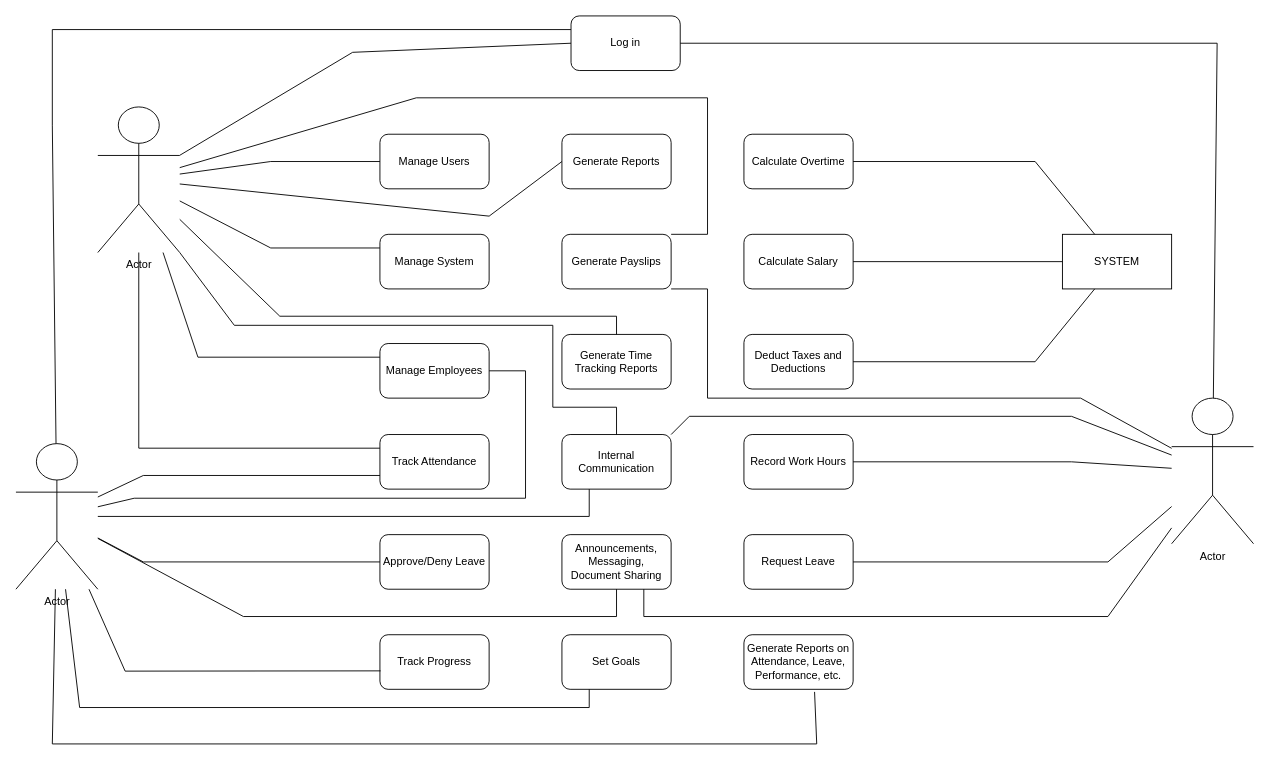
Arisa-Ndreu/test keeps this draw.io diagram as Full User Case Diagram.drawio. Above is the earlier version. Source tidied: cells renumbered, new cells numbered last; positions are measured from the earlier drawing's top-left corner, leaving out a move shared by most shapes. Both pictures are drawn from the tidied source at 91%, with x=0, y=0 at pixel (15, 15).
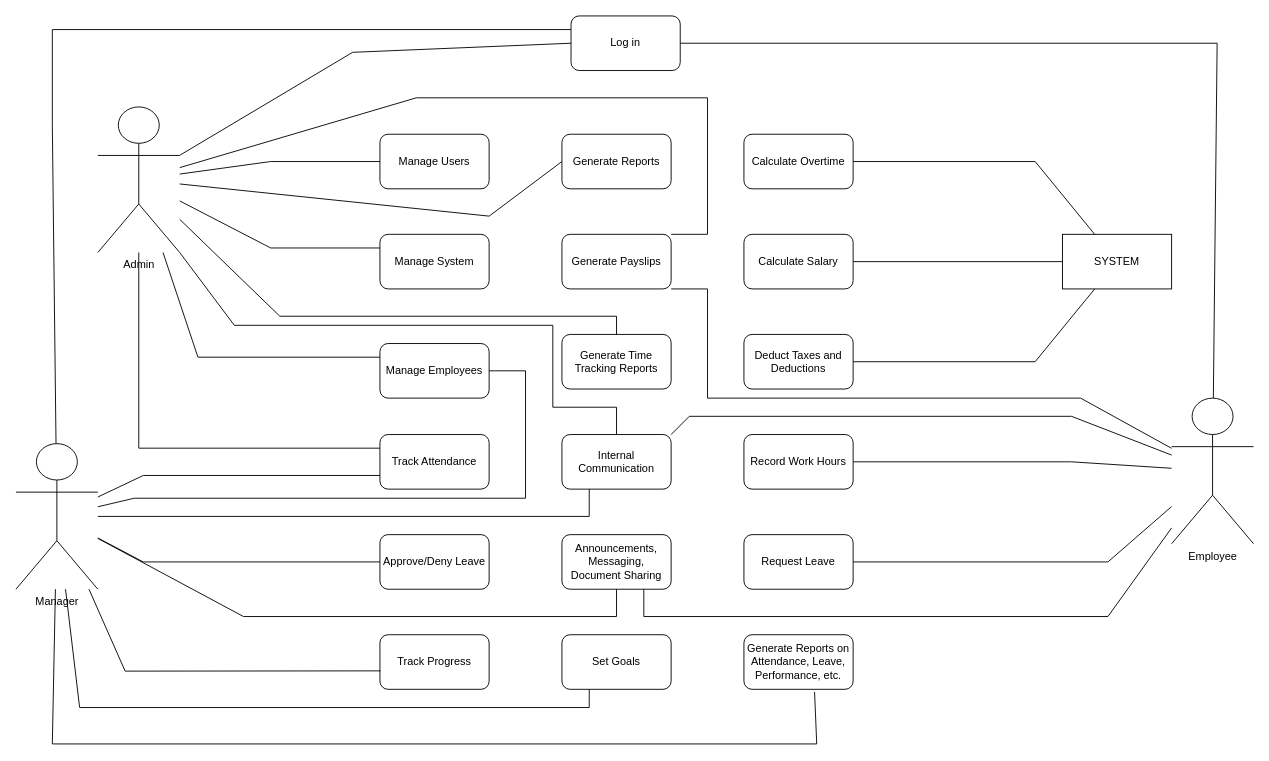
After the change.

The edit, as a diff of the source:
```diff
@@
-    <mxCell id="2" value="Actor" style="shape=umlActor;verticalLabelPosition=bottom;verticalAlign=top;html=1;outlineConnect=0;" parent="1" vertex="1">
+    <mxCell id="2" value="Manager" style="shape=umlActor;verticalLabelPosition=bottom;verticalAlign=top;html=1;outlineConnect=0;" parent="1" vertex="1">
       <mxGeometry y="470" width="90" height="160" as="geometry" />
     </mxCell>
-    <mxCell id="3" value="Actor" style="shape=umlActor;verticalLabelPosition=bottom;verticalAlign=top;html=1;outlineConnect=0;" parent="1" vertex="1">
+    <mxCell id="3" value="Admin" style="shape=umlActor;verticalLabelPosition=bottom;verticalAlign=top;html=1;outlineConnect=0;" parent="1" vertex="1">
       <mxGeometry x="90" y="100" width="90" height="160" as="geometry" />
     </mxCell>
-    <mxCell id="4" value="Actor" style="shape=umlActor;verticalLabelPosition=bottom;verticalAlign=top;html=1;outlineConnect=0;" parent="1" vertex="1">
+    <mxCell id="4" value="Employee" style="shape=umlActor;verticalLabelPosition=bottom;verticalAlign=top;html=1;outlineConnect=0;" parent="1" vertex="1">
       <mxGeometry x="1270" y="420" width="90" height="160" as="geometry" />
     </mxCell>
```
